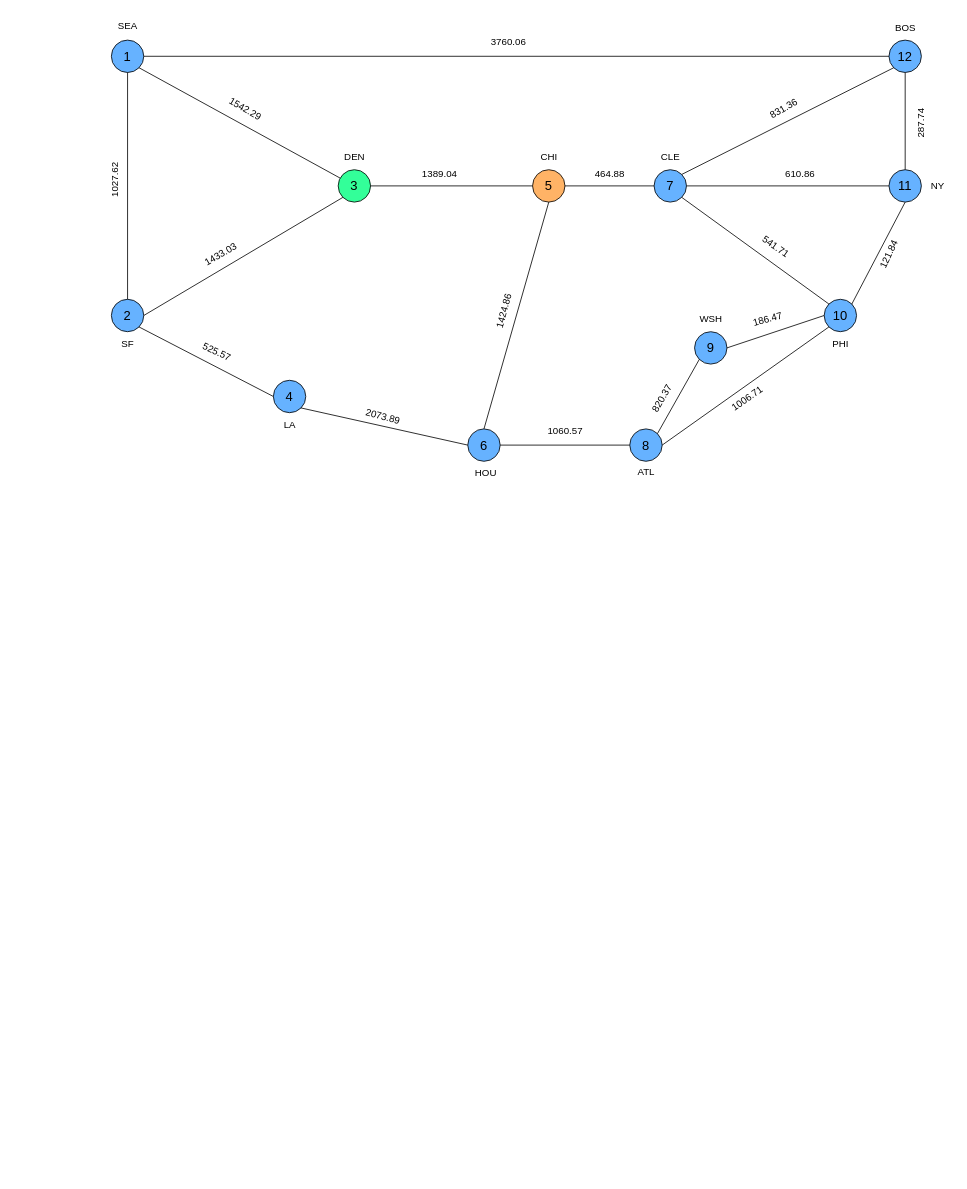
This is NetworkDiagram.drawio from YosefGuevara012/High-Speed-Networks---IST, a draw.io file, before an edit. Source tidied: cells renumbered, new cells numbered last; positions are measured from the earlier drawing's top-left corner, leaving out a move shared by most shapes. Both pictures are drawn from the tidied source at 81%, with x=0, y=0 at pixel (87, 14).
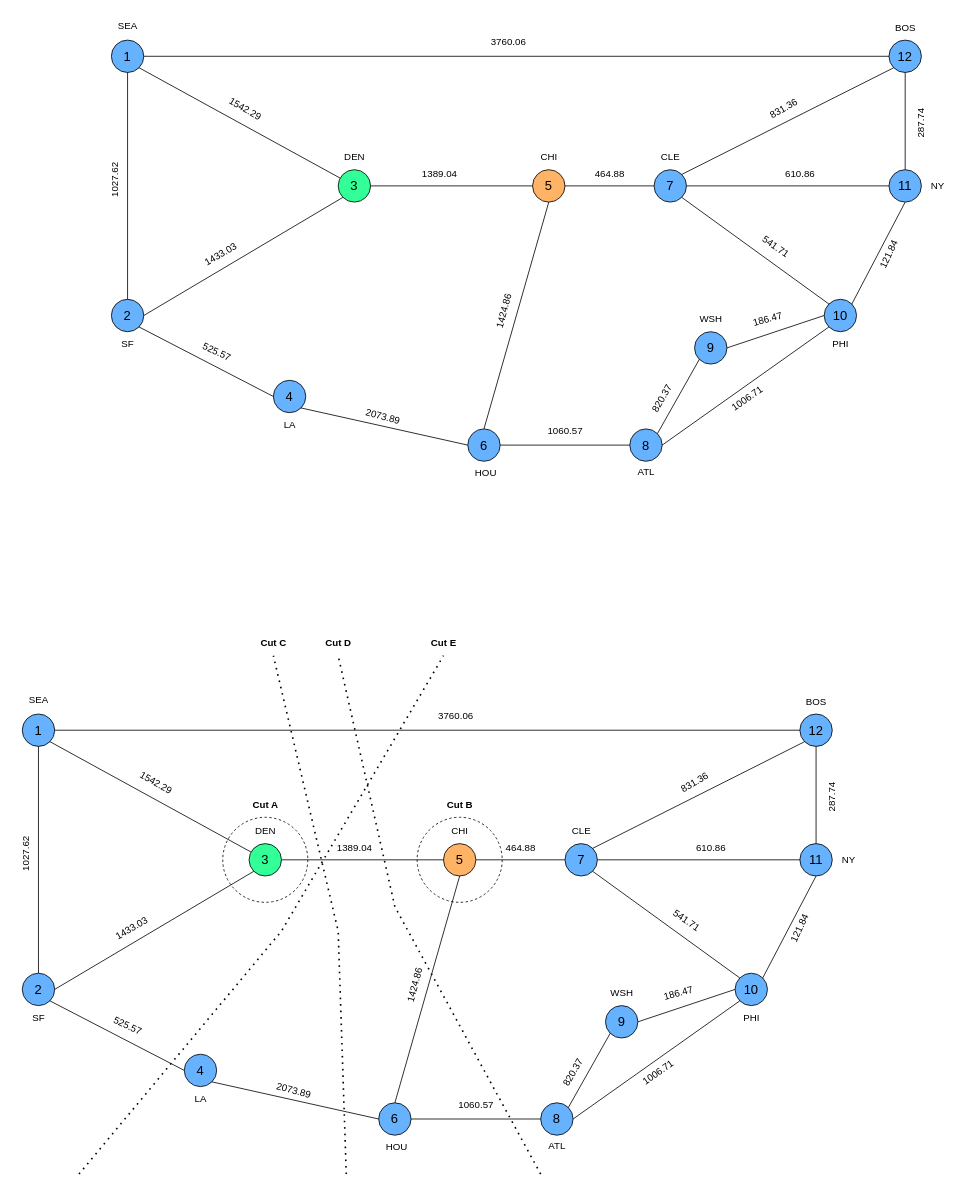
The same page after the edit.

The edit, as a diff of the source:
```diff
@@
+    <mxCell id="62" value="1" style="ellipse;whiteSpace=wrap;html=1;fontSize=16;fillColor=#66B2FF;" parent="1" vertex="1">
+      <mxGeometry x="-80" y="864" width="40" height="40" as="geometry" />
+    </mxCell>
+    <mxCell id="63" value="2" style="ellipse;whiteSpace=wrap;html=1;fontSize=16;fillColor=#66B2FF;" parent="1" vertex="1">
+      <mxGeometry x="-80" y="1184" width="40" height="40" as="geometry" />
+    </mxCell>
+    <mxCell id="64" value="3" style="ellipse;whiteSpace=wrap;html=1;fontSize=16;fillColor=#33FF99;" parent="1" vertex="1">
+      <mxGeometry x="200" y="1024" width="40" height="40" as="geometry" />
+    </mxCell>
+    <mxCell id="65" value="4" style="ellipse;whiteSpace=wrap;html=1;fontSize=16;fillColor=#66B2FF;" parent="1" vertex="1">
+      <mxGeometry x="120" y="1284" width="40" height="40" as="geometry" />
+    </mxCell>
+    <mxCell id="66" value="5" style="ellipse;whiteSpace=wrap;html=1;fontSize=16;fillColor=#FFB366;" parent="1" vertex="1">
+      <mxGeometry x="440" y="1024" width="40" height="40" as="geometry" />
+    </mxCell>
+    <mxCell id="67" value="6" style="ellipse;whiteSpace=wrap;html=1;fontSize=16;fillColor=#66B2FF;" parent="1" vertex="1">
+      <mxGeometry x="360" y="1344" width="40" height="40" as="geometry" />
+    </mxCell>
+    <mxCell id="68" value="7" style="ellipse;whiteSpace=wrap;html=1;fontSize=16;fillColor=#66B2FF;" parent="1" vertex="1">
+      <mxGeometry x="590" y="1024" width="40" height="40" as="geometry" />
+    </mxCell>
+    <mxCell id="69" value="8" style="ellipse;whiteSpace=wrap;html=1;fontSize=16;fillColor=#66B2FF;" parent="1" vertex="1">
+      <mxGeometry x="560" y="1344" width="40" height="40" as="geometry" />
+    </mxCell>
+    <mxCell id="70" value="12" style="ellipse;whiteSpace=wrap;html=1;fontSize=16;fillColor=#66B2FF;" parent="1" vertex="1">
+      <mxGeometry x="880" y="864" width="40" height="40" as="geometry" />
+    </mxCell>
+    <mxCell id="71" value="11" style="ellipse;whiteSpace=wrap;html=1;fontSize=16;fillColor=#66B2FF;" parent="1" vertex="1">
+      <mxGeometry x="880" y="1024" width="40" height="40" as="geometry" />
+    </mxCell>
+    <mxCell id="72" value="9" style="ellipse;whiteSpace=wrap;html=1;fontSize=16;fillColor=#66B2FF;" parent="1" vertex="1">
+      <mxGeometry x="640" y="1224" width="40" height="40" as="geometry" />
+    </mxCell>
+    <mxCell id="73" value="10" style="ellipse;whiteSpace=wrap;html=1;fontSize=16;fillColor=#66B2FF;" parent="1" vertex="1">
+      <mxGeometry x="800" y="1184" width="40" height="40" as="geometry" />
+    </mxCell>
+    <mxCell id="74" style="endArrow=none;html=1;rounded=0;entryX=0;entryY=0.5;entryDx=0;entryDy=0;exitX=1;exitY=0.5;exitDx=0;exitDy=0;" parent="1" edge="1" source="62" target="70">
+      <mxGeometry relative="1" as="geometry" />
+    </mxCell>
+    <mxCell id="75" style="endArrow=none;html=1;rounded=0;entryX=1;entryY=1;entryDx=0;entryDy=0;" parent="1" edge="1" source="64" target="62">
+      <mxGeometry relative="1" as="geometry" />
+    </mxCell>
+    <mxCell id="76" style="endArrow=none;html=1;rounded=0;entryX=0;entryY=1;entryDx=0;entryDy=0;exitX=1;exitY=0.5;exitDx=0;exitDy=0;" parent="1" edge="1" source="63" target="64">
+      <mxGeometry relative="1" as="geometry" />
+    </mxCell>
+    <mxCell id="77" style="endArrow=none;html=1;rounded=0;entryX=0.5;entryY=1;entryDx=0;entryDy=0;exitX=0.5;exitY=0;exitDx=0;exitDy=0;" parent="1" edge="1" source="63" target="62">
+      <mxGeometry relative="1" as="geometry" />
+    </mxCell>
+    <mxCell id="78" style="endArrow=none;html=1;rounded=0;entryX=1;entryY=0.5;entryDx=0;entryDy=0;exitX=0;exitY=0.5;exitDx=0;exitDy=0;" parent="1" edge="1" source="66" target="64">
+      <mxGeometry relative="1" as="geometry" />
+    </mxCell>
+    <mxCell id="79" style="endArrow=none;html=1;rounded=0;exitX=1;exitY=1;exitDx=0;exitDy=0;" parent="1" edge="1" source="63">
+      <mxGeometry relative="1" as="geometry">
+        <mxPoint x="120" y="1304" as="targetPoint" />
+      </mxGeometry>
+    </mxCell>
+    <mxCell id="80" style="endArrow=none;html=1;rounded=0;entryX=0;entryY=0.5;entryDx=0;entryDy=0;exitX=1;exitY=0.5;exitDx=0;exitDy=0;" parent="1" edge="1" source="67" target="69">
+      <mxGeometry relative="1" as="geometry" />
+    </mxCell>
+    <mxCell id="81" style="endArrow=none;html=1;rounded=0;entryX=0;entryY=0.5;entryDx=0;entryDy=0;exitX=1;exitY=0.5;exitDx=0;exitDy=0;" parent="1" edge="1" source="66" target="68">
+      <mxGeometry relative="1" as="geometry" />
+    </mxCell>
+    <mxCell id="82" style="endArrow=none;html=1;rounded=0;entryX=0;entryY=0.5;entryDx=0;entryDy=0;exitX=1;exitY=0.5;exitDx=0;exitDy=0;" parent="1" edge="1" source="72" target="73">
+      <mxGeometry relative="1" as="geometry" />
+    </mxCell>
+    <mxCell id="83" style="endArrow=none;html=1;rounded=0;entryX=0;entryY=1;entryDx=0;entryDy=0;exitX=1;exitY=0;exitDx=0;exitDy=0;" parent="1" edge="1" source="68" target="70">
+      <mxGeometry relative="1" as="geometry" />
+    </mxCell>
+    <mxCell id="84" style="endArrow=none;html=1;rounded=0;entryX=0;entryY=0.5;entryDx=0;entryDy=0;exitX=1;exitY=0.5;exitDx=0;exitDy=0;" parent="1" edge="1" source="68" target="71">
+      <mxGeometry relative="1" as="geometry" />
+    </mxCell>
+    <mxCell id="85" style="endArrow=none;html=1;rounded=0;entryX=0;entryY=0;entryDx=0;entryDy=0;exitX=1;exitY=1;exitDx=0;exitDy=0;" parent="1" edge="1" source="68" target="73">
+      <mxGeometry relative="1" as="geometry" />
+    </mxCell>
+    <mxCell id="86" style="endArrow=none;html=1;rounded=0;entryX=0.5;entryY=1;entryDx=0;entryDy=0;exitX=1;exitY=0;exitDx=0;exitDy=0;" parent="1" edge="1" source="73" target="71">
+      <mxGeometry relative="1" as="geometry" />
+    </mxCell>
+    <mxCell id="87" style="endArrow=none;html=1;rounded=0;entryX=0;entryY=1;entryDx=0;entryDy=0;exitX=1;exitY=0;exitDx=0;exitDy=0;" parent="1" edge="1" source="69" target="72">
+      <mxGeometry relative="1" as="geometry" />
+    </mxCell>
+    <mxCell id="88" style="endArrow=none;html=1;rounded=0;entryX=0;entryY=1;entryDx=0;entryDy=0;exitX=1;exitY=0.5;exitDx=0;exitDy=0;" parent="1" edge="1" source="69" target="73">
+      <mxGeometry relative="1" as="geometry" />
+    </mxCell>
+    <mxCell id="89" style="endArrow=none;html=1;rounded=0;entryX=0.5;entryY=1;entryDx=0;entryDy=0;exitX=0.5;exitY=0;exitDx=0;exitDy=0;" parent="1" edge="1" source="71" target="70">
+      <mxGeometry relative="1" as="geometry" />
+    </mxCell>
+    <mxCell id="90" style="endArrow=none;html=1;rounded=0;entryX=0.5;entryY=1;entryDx=0;entryDy=0;exitX=0.5;exitY=0;exitDx=0;exitDy=0;" parent="1" edge="1" source="67" target="66">
+      <mxGeometry relative="1" as="geometry" />
+    </mxCell>
+    <mxCell id="91" value="SEA" style="text;html=1;align=center;verticalAlign=middle;strokeColor=none;fillColor=none;" parent="1" vertex="1">
+      <mxGeometry x="-85" y="832" width="50" height="30" as="geometry" />
+    </mxCell>
+    <mxCell id="92" value="SF" style="text;html=1;align=center;verticalAlign=middle;strokeColor=none;fillColor=none;" parent="1" vertex="1">
+      <mxGeometry x="-80" y="1224" width="40" height="30" as="geometry" />
+    </mxCell>
+    <mxCell id="93" value="LA" style="text;html=1;align=center;verticalAlign=middle;strokeColor=none;fillColor=none;" parent="1" vertex="1">
+      <mxGeometry x="120" y="1324" width="40" height="30" as="geometry" />
+    </mxCell>
+    <mxCell id="94" value="DEN" style="text;html=1;align=center;verticalAlign=middle;strokeColor=none;fillColor=none;" parent="1" vertex="1">
+      <mxGeometry x="195" y="994" width="50" height="30" as="geometry" />
+    </mxCell>
+    <mxCell id="95" value="CHI" style="text;html=1;align=center;verticalAlign=middle;strokeColor=none;fillColor=none;" parent="1" vertex="1">
+      <mxGeometry x="440" y="994" width="40" height="30" as="geometry" />
+    </mxCell>
+    <mxCell id="96" value="CLE" style="text;html=1;align=center;verticalAlign=middle;strokeColor=none;fillColor=none;" parent="1" vertex="1">
+      <mxGeometry x="585" y="994" width="50" height="30" as="geometry" />
+    </mxCell>
+    <mxCell id="97" value="WSH" style="text;html=1;align=center;verticalAlign=middle;strokeColor=none;fillColor=none;" parent="1" vertex="1">
+      <mxGeometry x="635" y="1194" width="50" height="30" as="geometry" />
+    </mxCell>
+    <mxCell id="98" value="HOU" style="text;html=1;align=center;verticalAlign=middle;strokeColor=none;fillColor=none;" parent="1" vertex="1">
+      <mxGeometry x="357" y="1384" width="50" height="30" as="geometry" />
+    </mxCell>
+    <mxCell id="99" value="ATL" style="text;html=1;align=center;verticalAlign=middle;strokeColor=none;fillColor=none;" parent="1" vertex="1">
+      <mxGeometry x="560" y="1382" width="40" height="30" as="geometry" />
+    </mxCell>
+    <mxCell id="100" value="PHI" style="text;html=1;align=center;verticalAlign=middle;strokeColor=none;fillColor=none;" parent="1" vertex="1">
+      <mxGeometry x="800" y="1224" width="40" height="30" as="geometry" />
+    </mxCell>
+    <mxCell id="101" value="NY" style="text;html=1;align=center;verticalAlign=middle;strokeColor=none;fillColor=none;" parent="1" vertex="1">
+      <mxGeometry x="920" y="1029" width="40" height="30" as="geometry" />
+    </mxCell>
+    <mxCell id="102" value="BOS" style="text;html=1;align=center;verticalAlign=middle;strokeColor=none;fillColor=none;" parent="1" vertex="1">
+      <mxGeometry x="875" y="834" width="50" height="30" as="geometry" />
+    </mxCell>
+    <mxCell id="103" value="1027.62" style="text;html=1;align=center;verticalAlign=middle;strokeColor=none;fillColor=none;rotation=-90;" parent="1" vertex="1">
+      <mxGeometry x="-110" y="1022" width="70" height="30" as="geometry" />
+    </mxCell>
+    <mxCell id="104" value="1542.29" style="text;html=1;align=center;verticalAlign=middle;strokeColor=none;fillColor=none;rotation=30;" parent="1" vertex="1">
+      <mxGeometry x="50" y="934" width="70" height="30" as="geometry" />
+    </mxCell>
+    <mxCell id="105" value="3760.06" style="text;html=1;align=center;verticalAlign=middle;strokeColor=none;fillColor=none;" parent="1" vertex="1">
+      <mxGeometry x="420" y="852" width="70" height="30" as="geometry" />
+    </mxCell>
+    <mxCell id="106" value="1433.03" style="text;html=1;align=center;verticalAlign=middle;strokeColor=none;fillColor=none;rotation=-30;" parent="1" vertex="1">
+      <mxGeometry x="20" y="1114" width="70" height="30" as="geometry" />
+    </mxCell>
+    <mxCell id="107" value="525.57" style="text;html=1;align=center;verticalAlign=middle;strokeColor=none;fillColor=none;rotation=25;" parent="1" vertex="1">
+      <mxGeometry x="20" y="1234" width="60" height="30" as="geometry" />
+    </mxCell>
+    <mxCell id="108" value="1389.04" style="text;html=1;align=center;verticalAlign=middle;strokeColor=none;fillColor=none;" parent="1" vertex="1">
+      <mxGeometry x="295" y="1014" width="70" height="30" as="geometry" />
+    </mxCell>
+    <mxCell id="109" value="2073.89" style="text;html=1;align=center;verticalAlign=middle;strokeColor=none;fillColor=none;rotation=15;" parent="1" vertex="1">
+      <mxGeometry x="220" y="1314" width="70" height="30" as="geometry" />
+    </mxCell>
+    <mxCell id="110" value="1424.86" style="text;html=1;align=center;verticalAlign=middle;strokeColor=none;fillColor=none;rotation=-75;" parent="1" vertex="1">
+      <mxGeometry x="370" y="1184" width="70" height="30" as="geometry" />
+    </mxCell>
+    <mxCell id="111" value="464.88" style="text;html=1;align=center;verticalAlign=middle;strokeColor=none;fillColor=none;" parent="1" vertex="1">
+      <mxGeometry x="505" y="1014" width="60" height="30" as="geometry" />
+    </mxCell>
+    <mxCell id="112" value="1060.57" style="text;html=1;align=center;verticalAlign=middle;strokeColor=none;fillColor=none;" parent="1" vertex="1">
+      <mxGeometry x="445" y="1332" width="70" height="30" as="geometry" />
+    </mxCell>
+    <mxCell id="113" value="541.71" style="text;html=1;align=center;verticalAlign=middle;strokeColor=none;fillColor=none;rotation=35;" parent="1" vertex="1">
+      <mxGeometry x="710" y="1104" width="60" height="30" as="geometry" />
+    </mxCell>
+    <mxCell id="114" value="610.86" style="text;html=1;align=center;verticalAlign=middle;strokeColor=none;fillColor=none;" parent="1" vertex="1">
+      <mxGeometry x="740" y="1014" width="60" height="30" as="geometry" />
+    </mxCell>
+    <mxCell id="115" value="831.36" style="text;html=1;align=center;verticalAlign=middle;strokeColor=none;fillColor=none;rotation=-30;" parent="1" vertex="1">
+      <mxGeometry x="720" y="934" width="60" height="30" as="geometry" />
+    </mxCell>
+    <mxCell id="116" value="287.74" style="text;html=1;align=center;verticalAlign=middle;strokeColor=none;fillColor=none;rotation=-90;" parent="1" vertex="1">
+      <mxGeometry x="890" y="952" width="60" height="30" as="geometry" />
+    </mxCell>
+    <mxCell id="117" value="121.84" style="text;html=1;align=center;verticalAlign=middle;strokeColor=none;fillColor=none;rotation=-65;" parent="1" vertex="1">
+      <mxGeometry x="850" y="1114" width="60" height="30" as="geometry" />
+    </mxCell>
+    <mxCell id="118" value="186.47" style="text;html=1;align=center;verticalAlign=middle;strokeColor=none;fillColor=none;rotation=-15;" parent="1" vertex="1">
+      <mxGeometry x="700" y="1194" width="60" height="30" as="geometry" />
+    </mxCell>
+    <mxCell id="119" value="820.37" style="text;html=1;align=center;verticalAlign=middle;strokeColor=none;fillColor=none;rotation=-60;" parent="1" vertex="1">
+      <mxGeometry x="570" y="1292" width="60" height="30" as="geometry" />
+    </mxCell>
+    <mxCell id="120" value="1006.71" style="text;html=1;align=center;verticalAlign=middle;strokeColor=none;fillColor=none;rotation=-35;" parent="1" vertex="1">
+      <mxGeometry x="670" y="1292" width="70" height="30" as="geometry" />
+    </mxCell>
+    <mxCell id="121" style="endArrow=none;html=1;rounded=0;entryX=1;entryY=1;entryDx=0;entryDy=0;exitX=0;exitY=0.5;exitDx=0;exitDy=0;" parent="1" edge="1" source="67" target="65">
+      <mxGeometry relative="1" as="geometry" />
+    </mxCell>
+    <mxCell id="122" style="ellipse;whiteSpace=wrap;html=1;fillColor=none;dashed=1;" parent="1" vertex="1">
+      <mxGeometry x="407.5" y="991.5" width="105" height="105" as="geometry" />
+    </mxCell>
+    <mxCell id="123" style="ellipse;whiteSpace=wrap;html=1;fillColor=none;dashed=1;" parent="1" vertex="1">
+      <mxGeometry x="167.5" y="991.5" width="105" height="105" as="geometry" />
+    </mxCell>
+    <mxCell id="124" style="endArrow=none;dashed=1;html=1;dashPattern=1 3;strokeWidth=2;rounded=0;" parent="1" edge="1">
+      <mxGeometry relative="1" as="geometry">
+        <mxPoint x="560" y="1432" as="sourcePoint" />
+        <mxPoint x="310" y="792" as="targetPoint" />
+        <Array as="points">
+          <mxPoint x="380" y="1102" />
+        </Array>
+      </mxGeometry>
+    </mxCell>
+    <mxCell id="125" style="endArrow=none;dashed=1;html=1;dashPattern=1 3;strokeWidth=2;rounded=0;" parent="1" edge="1">
+      <mxGeometry relative="1" as="geometry">
+        <mxPoint x="320" y="1432" as="sourcePoint" />
+        <mxPoint x="230" y="792" as="targetPoint" />
+        <Array as="points">
+          <mxPoint x="310" y="1132" />
+        </Array>
+      </mxGeometry>
+    </mxCell>
+    <mxCell id="126" style="endArrow=none;dashed=1;html=1;dashPattern=1 3;strokeWidth=2;rounded=0;" parent="1" edge="1">
+      <mxGeometry relative="1" as="geometry">
+        <mxPoint x="-10" y="1432" as="sourcePoint" />
+        <mxPoint x="440" y="792" as="targetPoint" />
+        <Array as="points">
+          <mxPoint x="240" y="1132" />
+        </Array>
+      </mxGeometry>
+    </mxCell>
+    <mxCell id="127" value="&lt;b&gt;Cut A&lt;/b&gt;" style="text;html=1;align=center;verticalAlign=middle;strokeColor=none;fillColor=none;" parent="1" vertex="1">
+      <mxGeometry x="190" y="961.5" width="60" height="30" as="geometry" />
+    </mxCell>
+    <mxCell id="128" value="&lt;b&gt;Cut B&lt;/b&gt;" style="text;html=1;align=center;verticalAlign=middle;strokeColor=none;fillColor=none;" parent="1" vertex="1">
+      <mxGeometry x="430" y="961.5" width="60" height="30" as="geometry" />
+    </mxCell>
+    <mxCell id="129" value="&lt;b&gt;Cut C&lt;/b&gt;" style="text;html=1;align=center;verticalAlign=middle;strokeColor=none;fillColor=none;" parent="1" vertex="1">
+      <mxGeometry x="200" y="762" width="60" height="30" as="geometry" />
+    </mxCell>
+    <mxCell id="130" value="&lt;b&gt;Cut D&lt;/b&gt;" style="text;html=1;align=center;verticalAlign=middle;strokeColor=none;fillColor=none;" parent="1" vertex="1">
+      <mxGeometry x="280" y="762" width="60" height="30" as="geometry" />
+    </mxCell>
+    <mxCell id="131" value="&lt;b&gt;Cut E&lt;/b&gt;" style="text;html=1;align=center;verticalAlign=middle;strokeColor=none;fillColor=none;" parent="1" vertex="1">
+      <mxGeometry x="415" y="762" width="50" height="30" as="geometry" />
+    </mxCell>
```
